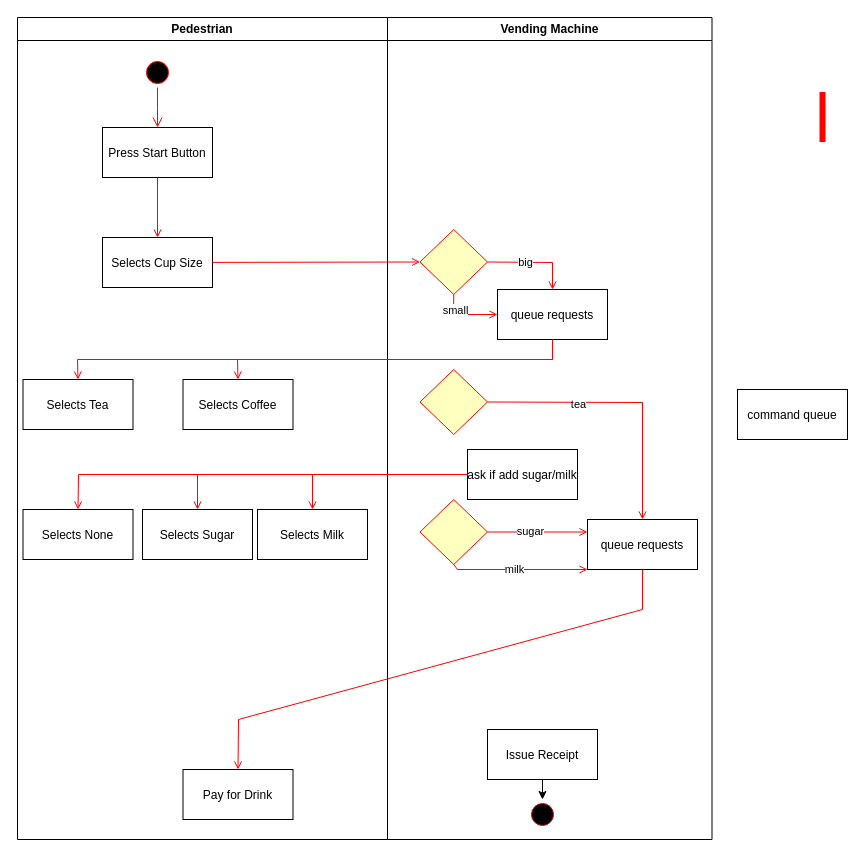
Above: activity_vendingmachine.drawio in gablmao/MDX-Lab-Week10 (draw.io), before the change. Source tidied: cells renumbered, new cells numbered last; positions are measured from the earlier drawing's top-left corner, leaving out a move shared by most shapes. Both pictures are drawn from the tidied source at 100%, with x=0, y=0 at pixel (17, 17).
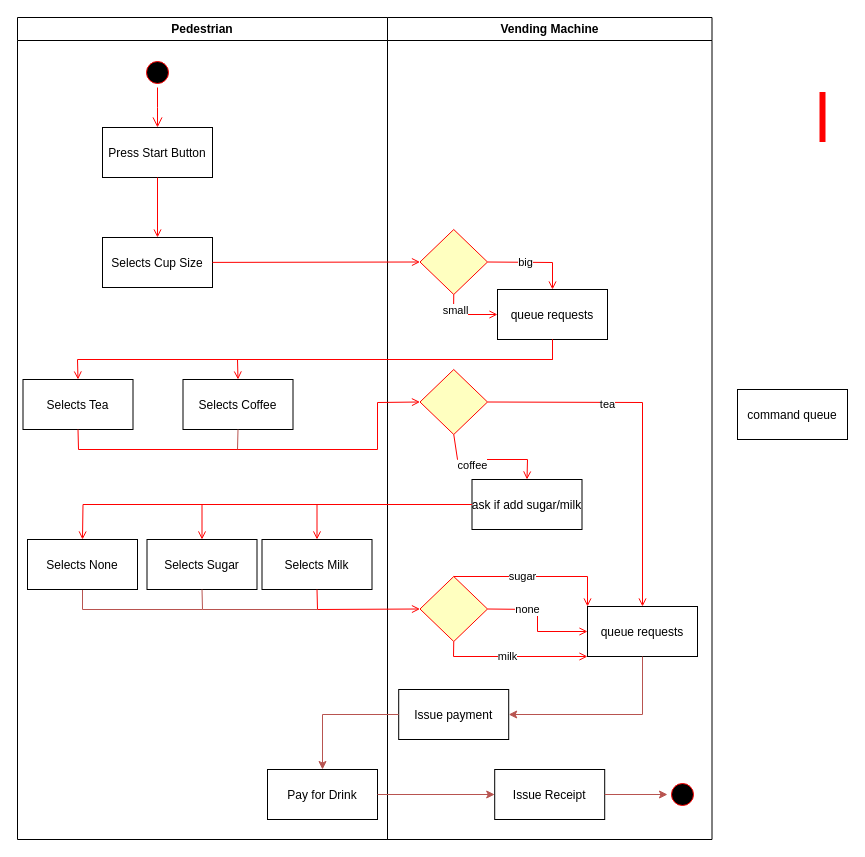
After the change.

The change refers to these unchanged cells:
```xml
<mxCell id="2" value="Pedestrian" style="swimlane;whiteSpace=wrap;" parent="1" vertex="1">
  <mxGeometry width="370" height="822" as="geometry" />
</mxCell>
<mxCell id="8" value="Selects Tea" parent="2" vertex="1">
  <mxGeometry x="5.5" y="362" width="110" height="50" as="geometry" />
</mxCell>
<mxCell id="9" value="Selects Coffee" parent="2" vertex="1">
  <mxGeometry x="165.5" y="362" width="110" height="50" as="geometry" />
</mxCell>
<mxCell id="14" value="Vending Machine" style="swimlane;whiteSpace=wrap;" parent="1" vertex="1">
  <mxGeometry x="370" width="324.5" height="822" as="geometry" />
</mxCell>
<mxCell id="24" style="rhombus;fillColor=#ffffc0;strokeColor=#ff0000;" parent="14" vertex="1">
  <mxGeometry x="32.5" y="352" width="67.5" height="65" as="geometry" />
</mxCell>
```

The edit, as a diff of the source:
```diff
@@
-    <mxCell id="10" value="Selects Sugar" parent="2" vertex="1">
-      <mxGeometry x="125" y="492" width="110" height="50" as="geometry" />
-    </mxCell>
-    <mxCell id="11" value="Selects Milk" parent="2" vertex="1">
-      <mxGeometry x="240" y="492" width="110" height="50" as="geometry" />
-    </mxCell>
     <mxCell id="12" value="Pay for Drink" parent="2" vertex="1">
-      <mxGeometry x="165.5" y="752" width="110" height="50" as="geometry" />
+      <mxGeometry x="250" y="752" width="110" height="50" as="geometry" />
     </mxCell>
-    <mxCell id="13" value="Selects None" parent="2" vertex="1">
-      <mxGeometry x="5.5" y="492" width="110" height="50" as="geometry" />
-    </mxCell>
+    <mxCell id="43" style="endArrow=none;html=1;rounded=0;exitX=0.5;exitY=1;exitDx=0;exitDy=0;fillColor=#f8cecc;strokeColor=#b85450;" parent="2" edge="1" source="13">
+      <mxGeometry relative="1" as="geometry">
+        <mxPoint x="185" y="592" as="targetPoint" />
+        <Array as="points">
+          <mxPoint x="65" y="592" />
+        </Array>
+      </mxGeometry>
+    </mxCell>
@@
     <mxCell id="16" style="ellipse;shape=startState;fillColor=#000000;strokeColor=#ff0000;" parent="14" vertex="1">
-      <mxGeometry x="140" y="782" width="30" height="30" as="geometry" />
+      <mxGeometry x="280" y="762" width="30" height="30" as="geometry" />
     </mxCell>
     <mxCell id="17" value="Issue Receipt" parent="14" vertex="1">
-      <mxGeometry x="100" y="712" width="110" height="50" as="geometry" />
+      <mxGeometry x="107.2" y="752" width="110" height="50" as="geometry" />
     </mxCell>
-    <mxCell id="18" style="endArrow=classic;html=1;rounded=0;exitX=0.5;exitY=1;exitDx=0;exitDy=0;entryX=0.5;entryY=0;entryDx=0;entryDy=0;" parent="14" edge="1" source="17" target="16">
+    <mxCell id="18" style="endArrow=classic;html=1;rounded=0;exitX=1;exitY=0.5;exitDx=0;exitDy=0;entryX=0;entryY=0.5;entryDx=0;entryDy=0;fillColor=#f8cecc;strokeColor=#b85450;" parent="14" edge="1" source="17" target="16">
       <mxGeometry relative="1" as="geometry" />
     </mxCell>
@@
     <mxCell id="25" value="queue requests" parent="14" vertex="1">
-      <mxGeometry x="200" y="502" width="110" height="50" as="geometry" />
+      <mxGeometry x="200" y="589" width="110" height="50" as="geometry" />
     </mxCell>
     <mxCell id="26" style="rhombus;fillColor=#ffffc0;strokeColor=#ff0000;" parent="14" vertex="1">
-      <mxGeometry x="32.5" y="482" width="67.5" height="65" as="geometry" />
+      <mxGeometry x="32.5" y="559" width="67.5" height="65" as="geometry" />
     </mxCell>
@@
-    <mxCell id="29" style="endArrow=open;strokeColor=#FF0000;endFill=1;rounded=0;entryX=0;entryY=0.25;entryDx=0;entryDy=0;exitX=1;exitY=0.5;exitDx=0;exitDy=0;" parent="14" edge="1" source="26" target="25">
-      <mxGeometry relative="1" as="geometry" />
+    <mxCell id="29" style="endArrow=open;strokeColor=#FF0000;endFill=1;rounded=0;entryX=0;entryY=0;entryDx=0;entryDy=0;exitX=0.5;exitY=0;exitDx=0;exitDy=0;" parent="14" edge="1" source="26" target="25">
+      <mxGeometry relative="1" as="geometry">
+        <Array as="points">
+          <mxPoint x="200" y="559" />
+        </Array>
+      </mxGeometry>
     </mxCell>
@@
     <mxCell id="31" style="endArrow=open;strokeColor=#FF0000;endFill=1;rounded=0;entryX=0;entryY=1;entryDx=0;entryDy=0;exitX=0.5;exitY=1;exitDx=0;exitDy=0;" parent="14" edge="1" source="26" target="25">
       <mxGeometry relative="1" as="geometry">
         <Array as="points">
-          <mxPoint x="70" y="552" />
+          <mxPoint x="66" y="639" />
         </Array>
       </mxGeometry>
     </mxCell>
@@
+    <mxCell id="10" value="Selects Sugar" parent="14" vertex="1">
+      <mxGeometry x="-240.5" y="522" width="110" height="50" as="geometry" />
+    </mxCell>
+    <mxCell id="11" value="Selects Milk" parent="14" vertex="1">
+      <mxGeometry x="-125.5" y="522" width="110" height="50" as="geometry" />
+    </mxCell>
+    <mxCell id="13" value="Selects None" parent="14" vertex="1">
+      <mxGeometry x="-360" y="522" width="110" height="50" as="geometry" />
+    </mxCell>
     <mxCell id="33" value="ask if add sugar/milk" parent="14" vertex="1">
-      <mxGeometry x="80" y="432" width="110" height="50" as="geometry" />
+      <mxGeometry x="84.5" y="462" width="110" height="50" as="geometry" />
     </mxCell>
+    <mxCell id="40" style="endArrow=open;strokeColor=#FF0000;endFill=1;rounded=0;entryX=0.5;entryY=0;entryDx=0;entryDy=0;exitX=0;exitY=0.5;exitDx=0;exitDy=0;" parent="14" edge="1" source="33" target="13">
+      <mxGeometry relative="1" as="geometry">
+        <Array as="points">
+          <mxPoint x="-304.5" y="487" />
+        </Array>
+      </mxGeometry>
+    </mxCell>
+    <mxCell id="41" style="endArrow=open;strokeColor=#FF0000;endFill=1;rounded=0;entryX=0.5;entryY=0;entryDx=0;entryDy=0;exitX=0;exitY=0.5;exitDx=0;exitDy=0;" parent="14" edge="1" source="33" target="10">
+      <mxGeometry relative="1" as="geometry">
+        <Array as="points">
+          <mxPoint x="-185.5" y="487" />
+        </Array>
+      </mxGeometry>
+    </mxCell>
+    <mxCell id="42" style="endArrow=open;strokeColor=#FF0000;endFill=1;rounded=0;entryX=0.5;entryY=0;entryDx=0;entryDy=0;exitX=0;exitY=0.5;exitDx=0;exitDy=0;" parent="14" edge="1" source="33" target="11">
+      <mxGeometry relative="1" as="geometry">
+        <Array as="points">
+          <mxPoint x="-70.5" y="487" />
+        </Array>
+      </mxGeometry>
+    </mxCell>
+    <mxCell id="44" style="endArrow=open;strokeColor=#FF0000;endFill=1;rounded=0;exitX=0.5;exitY=1;exitDx=0;exitDy=0;entryX=0.5;entryY=0;entryDx=0;entryDy=0;" parent="14" edge="1" source="24" target="33">
+      <mxGeometry relative="1" as="geometry">
+        <Array as="points">
+          <mxPoint x="70" y="442" />
+          <mxPoint x="140" y="442" />
+        </Array>
+      </mxGeometry>
+    </mxCell>
+    <mxCell id="45" value="coffee" style="edgeLabel;html=1;align=center;verticalAlign=middle;" parent="44" vertex="1">
+      <mxGeometry x="-0.3" y="-5" relative="1" as="geometry" />
+    </mxCell>
+    <mxCell id="46" style="endArrow=open;strokeColor=#FF0000;endFill=1;rounded=0;entryX=0;entryY=0.5;entryDx=0;entryDy=0;exitX=1;exitY=0.5;exitDx=0;exitDy=0;" parent="14" edge="1" source="26" target="25">
+      <mxGeometry relative="1" as="geometry">
+        <Array as="points">
+          <mxPoint x="150" y="592" />
+          <mxPoint x="150" y="614" />
+        </Array>
+      </mxGeometry>
+    </mxCell>
+    <mxCell id="47" value="none" style="edgeLabel;html=1;align=center;verticalAlign=middle;" parent="46" vertex="1">
+      <mxGeometry x="-0.35" relative="1" as="geometry" />
+    </mxCell>
+    <mxCell id="48" style="endArrow=open;strokeColor=#FF0000;endFill=1;rounded=0;entryX=0;entryY=0.5;entryDx=0;entryDy=0;exitX=0.5;exitY=1;exitDx=0;exitDy=0;" parent="14" edge="1" source="11" target="26">
+      <mxGeometry relative="1" as="geometry">
+        <Array as="points">
+          <mxPoint x="-70" y="592" />
+        </Array>
+      </mxGeometry>
+    </mxCell>
+    <mxCell id="49" value="Issue payment" parent="14" vertex="1">
+      <mxGeometry x="11.2" y="672" width="110" height="50" as="geometry" />
+    </mxCell>
+    <mxCell id="50" style="endArrow=classic;html=1;rounded=0;exitX=0.5;exitY=1;exitDx=0;exitDy=0;entryX=1;entryY=0.5;entryDx=0;entryDy=0;fillColor=#f8cecc;strokeColor=#b85450;" parent="14" edge="1" source="25" target="49">
+      <mxGeometry relative="1" as="geometry">
+        <Array as="points">
+          <mxPoint x="255" y="697" />
+        </Array>
+      </mxGeometry>
+    </mxCell>
@@
-    <mxCell id="39" style="endArrow=open;strokeColor=#FF0000;endFill=1;rounded=0;entryX=0.5;entryY=0;entryDx=0;entryDy=0;exitX=0.5;exitY=1;exitDx=0;exitDy=0;" parent="1" edge="1" source="25" target="12">
-      <mxGeometry relative="1" as="geometry">
-        <Array as="points">
-          <mxPoint x="625" y="592" />
-          <mxPoint x="221" y="702" />
-        </Array>
-      </mxGeometry>
-    </mxCell>
-    <mxCell id="40" style="endArrow=open;strokeColor=#FF0000;endFill=1;rounded=0;entryX=0.5;entryY=0;entryDx=0;entryDy=0;exitX=0;exitY=0.5;exitDx=0;exitDy=0;" parent="1" edge="1" source="33" target="13">
-      <mxGeometry relative="1" as="geometry">
-        <Array as="points">
-          <mxPoint x="61" y="457" />
-        </Array>
-      </mxGeometry>
-    </mxCell>
-    <mxCell id="41" style="endArrow=open;strokeColor=#FF0000;endFill=1;rounded=0;entryX=0.5;entryY=0;entryDx=0;entryDy=0;exitX=0;exitY=0.5;exitDx=0;exitDy=0;" parent="1" edge="1" source="33" target="10">
-      <mxGeometry relative="1" as="geometry">
-        <Array as="points">
-          <mxPoint x="180" y="457" />
-        </Array>
-      </mxGeometry>
-    </mxCell>
-    <mxCell id="42" style="endArrow=open;strokeColor=#FF0000;endFill=1;rounded=0;entryX=0.5;entryY=0;entryDx=0;entryDy=0;exitX=0;exitY=0.5;exitDx=0;exitDy=0;" parent="1" edge="1" source="33" target="11">
-      <mxGeometry relative="1" as="geometry">
-        <Array as="points">
-          <mxPoint x="295" y="457" />
-        </Array>
-      </mxGeometry>
-    </mxCell>
+    <mxCell id="51" style="endArrow=open;strokeColor=#FF0000;endFill=1;rounded=0;entryX=0;entryY=0.5;entryDx=0;entryDy=0;exitX=0.5;exitY=1;exitDx=0;exitDy=0;" parent="1" edge="1" source="8" target="24">
+      <mxGeometry relative="1" as="geometry">
+        <Array as="points">
+          <mxPoint x="61" y="432" />
+          <mxPoint x="360" y="432" />
+          <mxPoint x="360" y="385" />
+        </Array>
+      </mxGeometry>
+    </mxCell>
+    <mxCell id="52" style="endArrow=none;html=1;rounded=0;entryX=0.5;entryY=1;entryDx=0;entryDy=0;fillColor=#f8cecc;strokeColor=#b85450;" parent="1" edge="1" target="9">
+      <mxGeometry relative="1" as="geometry">
+        <mxPoint x="220" y="432" as="sourcePoint" />
+      </mxGeometry>
+    </mxCell>
+    <mxCell id="53" style="endArrow=none;html=1;rounded=0;exitX=0.5;exitY=1;exitDx=0;exitDy=0;fillColor=#f8cecc;strokeColor=#b85450;" parent="1" edge="1" source="10">
+      <mxGeometry relative="1" as="geometry">
+        <mxPoint x="300" y="592" as="targetPoint" />
+        <Array as="points">
+          <mxPoint x="185" y="592" />
+        </Array>
+      </mxGeometry>
+    </mxCell>
+    <mxCell id="54" style="endArrow=classic;html=1;rounded=0;exitX=0;exitY=0.5;exitDx=0;exitDy=0;entryX=0.5;entryY=0;entryDx=0;entryDy=0;fillColor=#f8cecc;strokeColor=#b85450;" parent="1" edge="1" source="49" target="12">
+      <mxGeometry relative="1" as="geometry">
+        <Array as="points">
+          <mxPoint x="305" y="697" />
+        </Array>
+      </mxGeometry>
+    </mxCell>
+    <mxCell id="55" style="endArrow=classic;html=1;rounded=0;exitX=1;exitY=0.5;exitDx=0;exitDy=0;entryX=0;entryY=0.5;entryDx=0;entryDy=0;fillColor=#f8cecc;strokeColor=#b85450;" parent="1" edge="1" source="12" target="17">
+      <mxGeometry relative="1" as="geometry" />
+    </mxCell>
```
